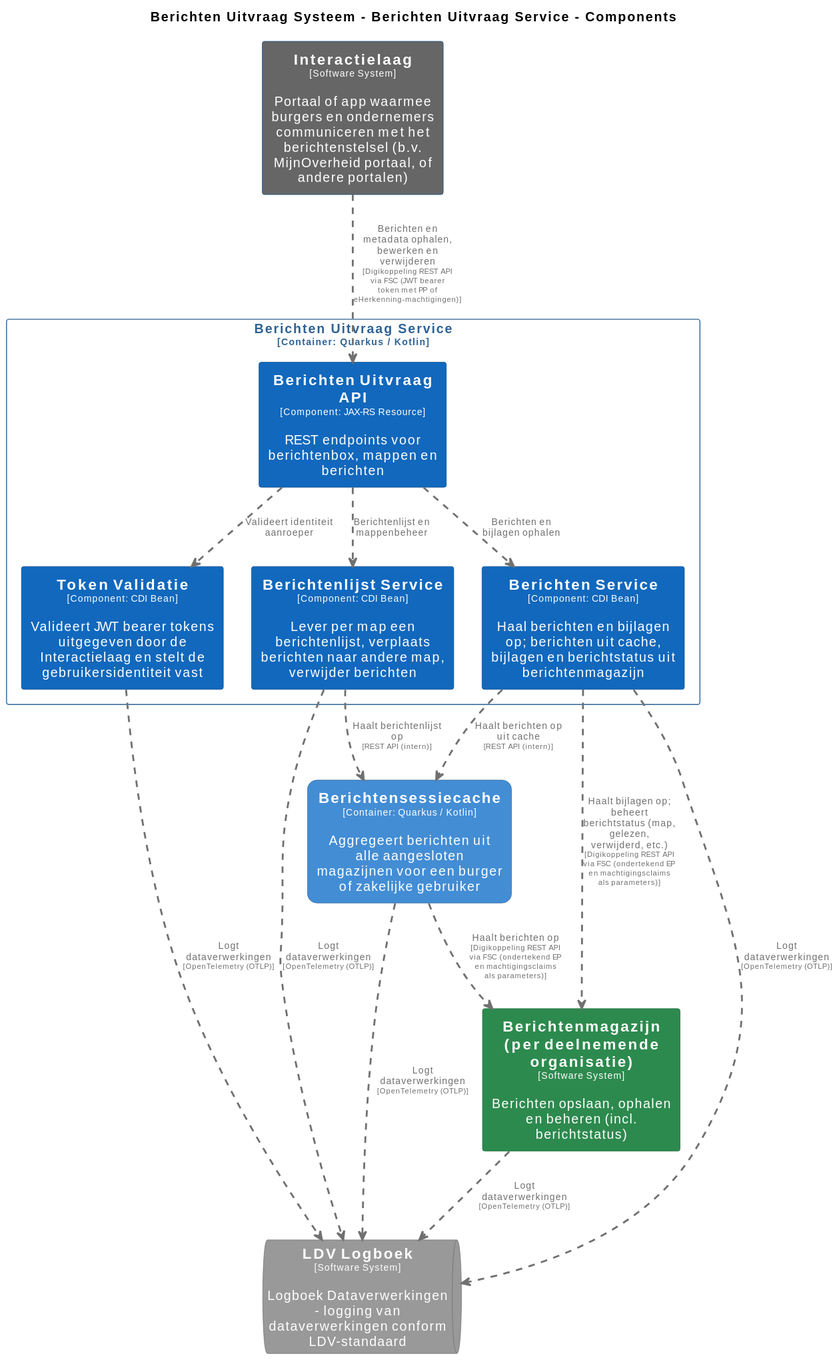
This is pr-preview/pr-22/master/svg/BerichtenUitvraagServiceComponenten.svg from MinBZK/moza-poc-fbs-berichtenbox, a PlantUML export, as it was before one commit. Its source is kept beside it as pr-preview/pr-22/master/puml/BerichtenUitvraagServiceComponenten.puml.
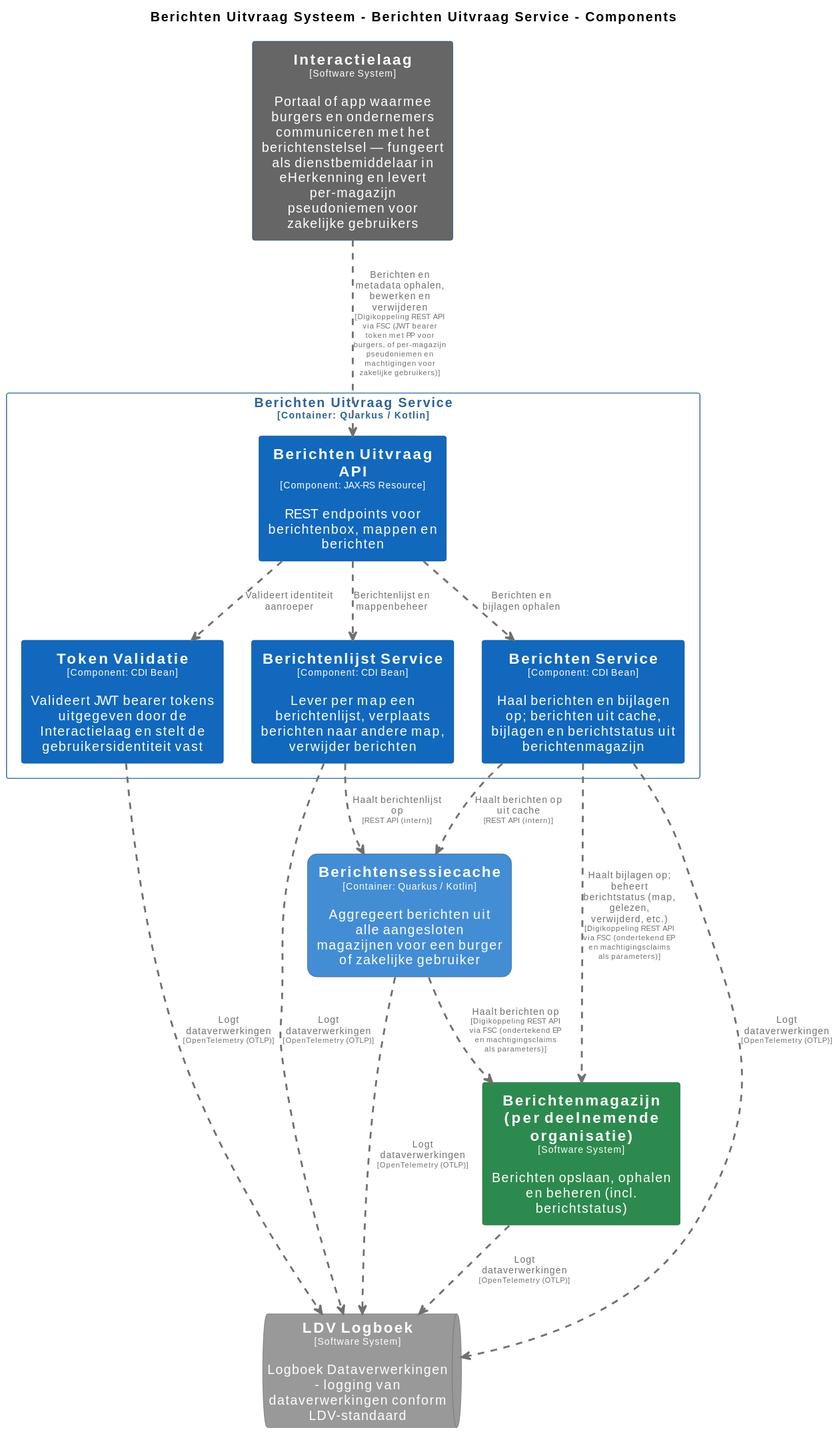
Later version of the same file.

What changed in the source:
```diff
@@ -70,7 +70,7 @@
   shadowing false
 }
 
-rectangle "==Interactielaag\n<size:10>[Software System]</size>\n\nPortaal of app waarmee burgers en ondernemers communiceren met het berichtenstelsel (b.v. MijnOverheid portaal, of andere portalen)" <<Interactielaag>> as Interactielaag
+rectangle "==Interactielaag\n<size:10>[Software System]</size>\n\nPortaal of app waarmee burgers en ondernemers communiceren met het berichtenstelsel — fungeert als dienstbemiddelaar in eHerkenning en levert per-magazijn pseudoniemen voor zakelijke gebruikers" <<Interactielaag>> as Interactielaag
 rectangle "==Berichtenmagazijn (per deelnemende organisatie)\n<size:10>[Software System]</size>\n\nBerichten opslaan, ophalen en beheren (incl. berichtstatus)" <<Berichtenmagazijnperdeelnemendeorganisatie>> as Berichtenmagazijnperdeelnemendeorganisatie
 rectangle "==Berichtensessiecache\n<size:10>[Container: Quarkus / Kotlin]</size>\n\nAggregeert berichten uit alle aangesloten magazijnen voor een burger of zakelijke gebruiker" <<BerichtenUitvraagSysteem.Berichtensessiecache>> as BerichtenUitvraagSysteem.Berichtensessiecache
 queue "==LDV Logboek\n<size:10>[Software System]</size>\n\nLogboek Dataverwerkingen - logging van dataverwerkingen conform LDV-standaard" <<LDVLogboek>> as LDVLogboek
@@ -93,6 +93,6 @@
 BerichtenUitvraagSysteem.BerichtenUitvraagService.BerichtenUitvraagAPI .[#707070,thickness=2].> BerichtenUitvraagSysteem.BerichtenUitvraagService.BerichtenService : "<color:#707070>Berichten en bijlagen ophalen"
 BerichtenUitvraagSysteem.BerichtenUitvraagService.BerichtenService .[#707070,thickness=2].> BerichtenUitvraagSysteem.Berichtensessiecache : "<color:#707070>Haalt berichten op uit cache\n<color:#707070><size:8>[REST API (intern)]</size>"
 BerichtenUitvraagSysteem.BerichtenUitvraagService.BerichtenlijstService .[#707070,thickness=2].> BerichtenUitvraagSysteem.Berichtensessiecache : "<color:#707070>Haalt berichtenlijst op\n<color:#707070><size:8>[REST API (intern)]</size>"
-Interactielaag .[#707070,thickness=2].> BerichtenUitvraagSysteem.BerichtenUitvraagService.BerichtenUitvraagAPI : "<color:#707070>Berichten en metadata ophalen, bewerken en verwijderen\n<color:#707070><size:8>[Digikoppeling REST API via FSC (JWT bearer token met PP of eHerkenning-machtigingen)]</size>"
+Interactielaag .[#707070,thickness=2].> BerichtenUitvraagSysteem.BerichtenUitvraagService.BerichtenUitvraagAPI : "<color:#707070>Berichten en metadata ophalen, bewerken en verwijderen\n<color:#707070><size:8>[Digikoppeling REST API via FSC (JWT bearer token met PP voor burgers, of per-magazijn pseudoniemen en machtigingen voor zakelijke gebruikers)]</size>"
 BerichtenUitvraagSysteem.BerichtenUitvraagService.BerichtenService .[#707070,thickness=2].> Berichtenmagazijnperdeelnemendeorganisatie : "<color:#707070>Haalt bijlagen op; beheert berichtstatus (map, gelezen, verwijderd, etc.)\n<color:#707070><size:8>[Digikoppeling REST API via FSC (ondertekend EP en machtigingsclaims als parameters)]</size>"
 @enduml
```
